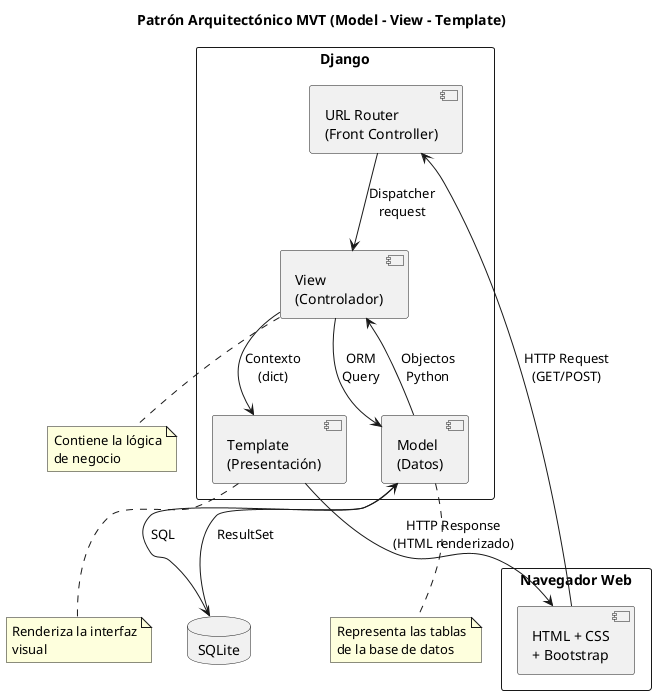
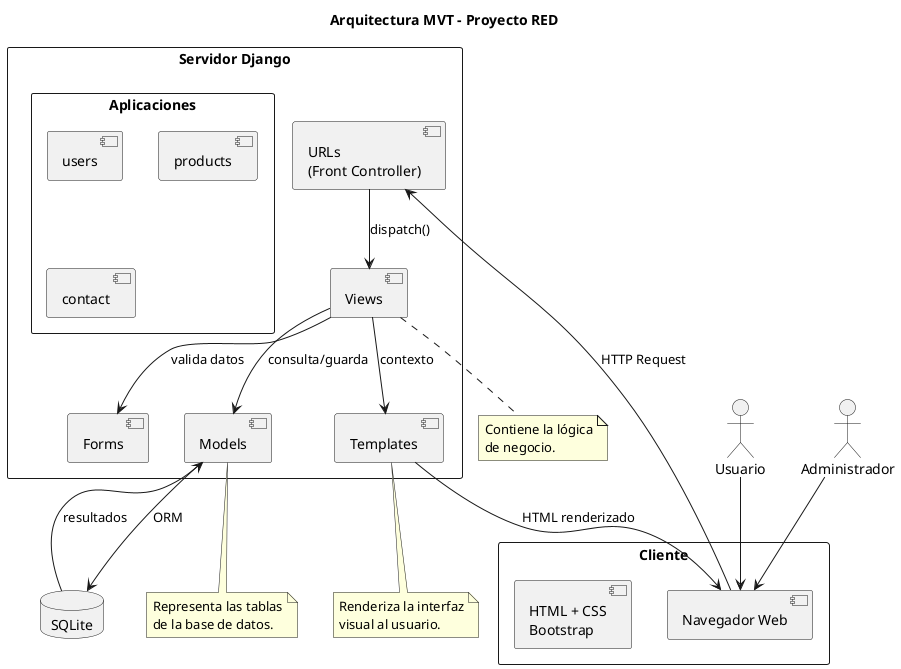
@startuml
skinparam packageStyle rectangle

- title "Patrón Arquitectónico MVT (Model - View - Template)"
+ title "Arquitectura MVT - Proyecto RED"

- package "Navegador Web" as Browser {
-   component "HTML + CSS\n+ Bootstrap" as UI
+ actor Usuario
+ actor Administrador
+ 
+ package "Cliente" {
+   component "Navegador Web" as Browser
+   component "HTML + CSS\nBootstrap" as Frontend
}

- package "Django" {
-   component "URL Router\n(Front Controller)" as Router
-   component "View\n(Controlador)" as View
-   component "Template\n(Presentación)" as Template
-   component "Model\n(Datos)" as Model
+ package "Servidor Django" {
+ 
+   package "Aplicaciones" {
+     component "users" as UsersApp
+     component "products" as ProductsApp
+     component "contact" as ContactApp
+   }
+ 
+   component "URLs\n(Front Controller)" as Router
+   component "Views" as Views
+   component "Forms" as Forms
+   component "Models" as Models
+   component "Templates" as Templates
+ 
}

database "SQLite" as DB

- UI --> Router : "HTTP Request\n(GET/POST)"
- Router --> View : "Dispatcher\nrequest"
- View --> Model : "ORM\nQuery"
- Model --> DB : "SQL"
- DB --> Model : "ResultSet"
- Model --> View : "Objectos\nPython"
- View --> Template : "Contexto\n(dict)"
- Template --> UI : "HTTP Response\n(HTML renderizado)"
+ Usuario --> Browser
+ Administrador --> Browser

- note bottom of Model : Representa las tablas\nde la base de datos
- note bottom of View : Contiene la lógica\nde negocio
- note bottom of Template : Renderiza la interfaz\nvisual
+ Browser --> Router : HTTP Request
+ Router --> Views : dispatch()
+ Views --> Forms : valida datos
+ Views --> Models : consulta/guarda
+ Models --> DB : ORM
+ DB --> Models : resultados
+ Views --> Templates : contexto
+ Templates --> Browser : HTML renderizado

- @enduml
+ note bottom of Models
+ Representa las tablas
+ de la base de datos.
+ end note
+ 
+ note bottom of Views
+ Contiene la lógica
+ de negocio.
+ end note
+ 
+ note bottom of Templates
+ Renderiza la interfaz
+ visual al usuario.
+ end note
+ 
+ @enduml